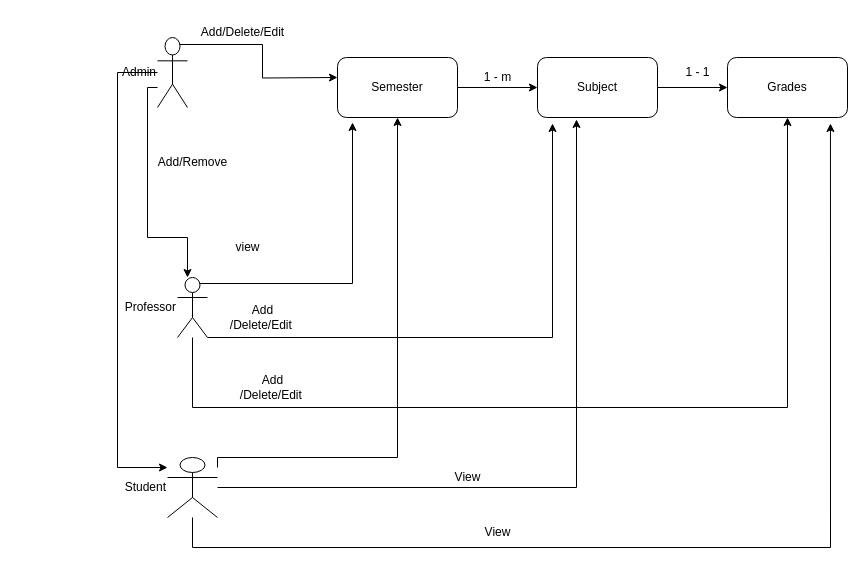
Earlier version of the draw.io diagram Untitled Diagram.drawio (egzoni94/project-4). Source tidied: cells renumbered, new cells numbered last; positions are measured from the earlier drawing's top-left corner, leaving out a move shared by most shapes. Both pictures are drawn from the tidied source at 100%, with x=0, y=0 at pixel (117, 17).
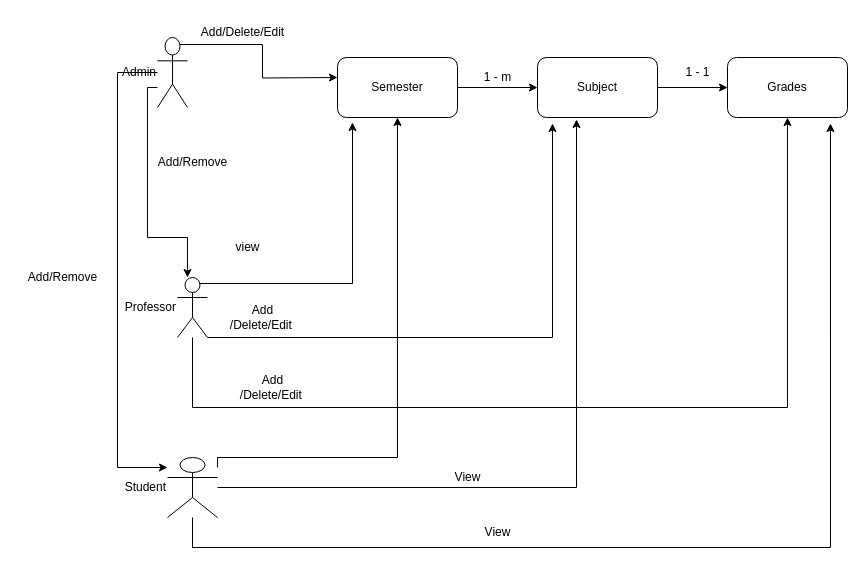
The same page after the edit.

What changed in the source:
```diff
@@
+    <mxCell id="28" value="Add/Remove" style="text;html=1;align=center;verticalAlign=middle;strokeColor=none;fillColor=none;" parent="1" vertex="1">
+      <mxGeometry x="-100" y="245" width="90" height="30" as="geometry" />
+    </mxCell>
```
